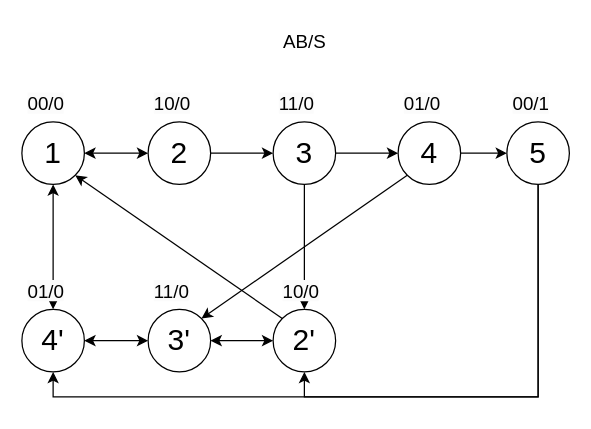
Above: TP4 exo2.drawio in Riuza-c-137/diagrams.net-default_repo (draw.io), before the change. Source tidied: cells renumbered, new cells numbered last; positions are measured from the earlier drawing's top-left corner, leaving out a move shared by most shapes. Both pictures are drawn from the tidied source at 125%, with x=0, y=0 at pixel (21, 21).
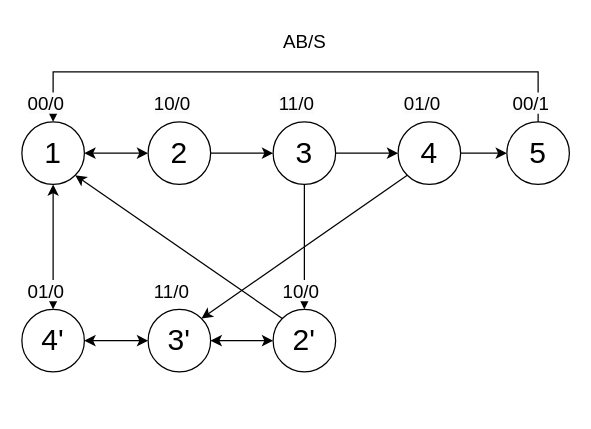
The same diagram, later.

Commit message:
Mettre à jour TP4 exo2.drawio

The change refers to these unchanged cells:
```xml
<mxCell id="3" value="&lt;font style=&quot;font-size: 24px;&quot;&gt;1&lt;/font&gt;" style="ellipse;whiteSpace=wrap;html=1;" parent="1" vertex="1">
  <mxGeometry y="80" width="50" height="50" as="geometry" />
</mxCell>
<mxCell id="17" value="&lt;font style=&quot;font-size: 24px;&quot;&gt;5&lt;/font&gt;" style="ellipse;whiteSpace=wrap;html=1;" parent="1" vertex="1">
  <mxGeometry x="388" y="80" width="50" height="50" as="geometry" />
</mxCell>
<mxCell id="19" value="&lt;span style=&quot;font-size: 24px;&quot;&gt;2'&lt;/span&gt;" style="ellipse;whiteSpace=wrap;html=1;" parent="1" vertex="1">
  <mxGeometry x="201" y="230" width="50" height="50" as="geometry" />
</mxCell>
<mxCell id="23" value="&lt;font style=&quot;font-size: 24px;&quot;&gt;4'&lt;/font&gt;" style="ellipse;whiteSpace=wrap;html=1;" parent="1" vertex="1">
  <mxGeometry y="230" width="50" height="50" as="geometry" />
</mxCell>
```

Diff of the diagram source:
```diff
@@
-    <mxCell id="4" value="&lt;span style=&quot;color: rgb(0, 0, 0); font-family: Helvetica; font-size: 15px; font-style: normal; font-variant-ligatures: normal; font-variant-caps: normal; font-weight: 400; letter-spacing: normal; orphans: 2; text-align: center; text-indent: 0px; text-transform: none; widows: 2; word-spacing: 0px; -webkit-text-stroke-width: 0px; background-color: rgb(251, 251, 251); text-decoration-thickness: initial; text-decoration-style: initial; text-decoration-color: initial; float: none; display: inline !important;&quot;&gt;00/0&lt;/span&gt;" style="text;whiteSpace=wrap;html=1;" parent="1" vertex="1">
-      <mxGeometry x="3" y="50" width="44" height="30" as="geometry" />
-    </mxCell>
@@
-    <mxCell id="15" style="edgeStyle=orthogonalEdgeStyle;rounded=0;jettySize=auto;html=1;exitX=0.5;exitY=1;exitDx=0;exitDy=0;entryX=0.5;entryY=1;entryDx=0;entryDy=0;" parent="1" edge="1" source="17" target="23">
-      <mxGeometry relative="1" as="geometry" />
-    </mxCell>
-    <mxCell id="16" style="edgeStyle=orthogonalEdgeStyle;rounded=0;jettySize=auto;html=1;exitX=0.5;exitY=1;exitDx=0;exitDy=0;entryX=0.5;entryY=1;entryDx=0;entryDy=0;" parent="1" edge="1" source="17" target="19">
-      <mxGeometry relative="1" as="geometry" />
-    </mxCell>
+    <mxCell id="31" style="edgeStyle=orthogonalEdgeStyle;rounded=0;jettySize=auto;html=1;exitX=0.5;exitY=0;exitDx=0;exitDy=0;entryX=0.5;entryY=0;entryDx=0;entryDy=0;" parent="1" edge="1" source="17" target="3">
+      <mxGeometry relative="1" as="geometry">
+        <Array as="points">
+          <mxPoint x="413" y="40" />
+          <mxPoint x="25" y="40" />
+        </Array>
+      </mxGeometry>
+    </mxCell>
@@
+    <mxCell id="4" value="&lt;span style=&quot;color: rgb(0, 0, 0); font-family: Helvetica; font-size: 15px; font-style: normal; font-variant-ligatures: normal; font-variant-caps: normal; font-weight: 400; letter-spacing: normal; orphans: 2; text-align: center; text-indent: 0px; text-transform: none; widows: 2; word-spacing: 0px; -webkit-text-stroke-width: 0px; background-color: rgb(251, 251, 251); text-decoration-thickness: initial; text-decoration-style: initial; text-decoration-color: initial; float: none; display: inline !important;&quot;&gt;00/0&lt;/span&gt;" style="text;whiteSpace=wrap;html=1;" parent="1" vertex="1">
+      <mxGeometry x="3" y="50" width="44" height="30" as="geometry" />
+    </mxCell>
```
